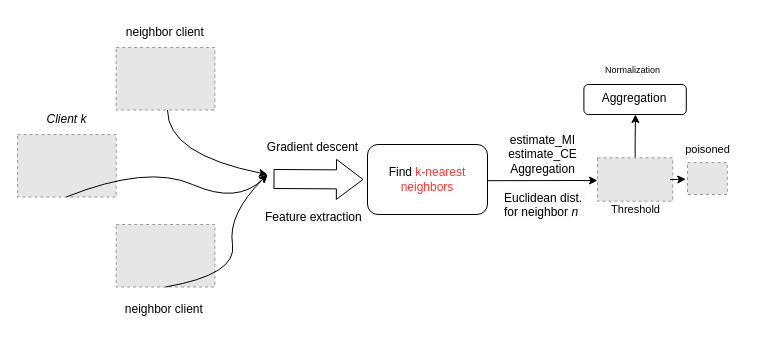
The draw.io diagram Untitled Diagram.drawio in zongcai66/Introduction-to-Reinforcement-Learning, before the edit. Source tidied: cells renumbered, new cells numbered last; positions are measured from the earlier drawing's top-left corner, leaving out a move shared by most shapes. Both pictures are drawn from the tidied source at 100%, with x=0, y=0 at pixel (17, 17). Pictures stored in the file or linked from it are replaced by grey dashed boxes.
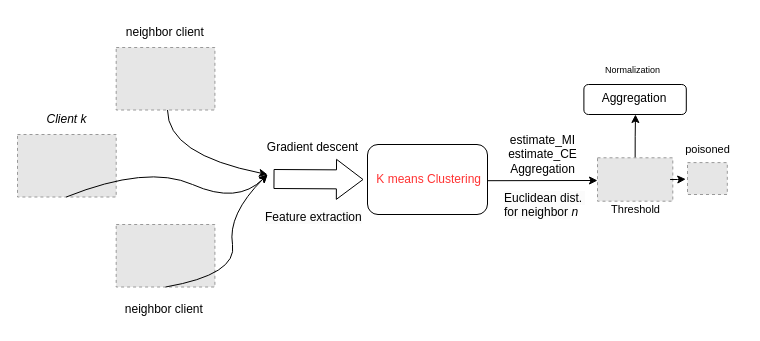
Above is the later version.

Change to the diagram source:
```diff
@@
-    <mxCell id="2" value="Find&lt;font color=&quot;#ff3333&quot;&gt; k-nearest neighbors&lt;/font&gt;" style="rounded=1;whiteSpace=wrap;html=1;fontSize=12;glass=0;strokeWidth=1;shadow=0;" parent="1" vertex="1">
+    <mxCell id="2" value="&lt;font color=&quot;#ff3333&quot;&gt;&amp;nbsp;K means Clustering&lt;/font&gt;" style="rounded=1;whiteSpace=wrap;html=1;fontSize=12;glass=0;strokeWidth=1;shadow=0;" parent="1" vertex="1">
       <mxGeometry x="350" y="127" width="120" height="70" as="geometry" />
     </mxCell>
```
